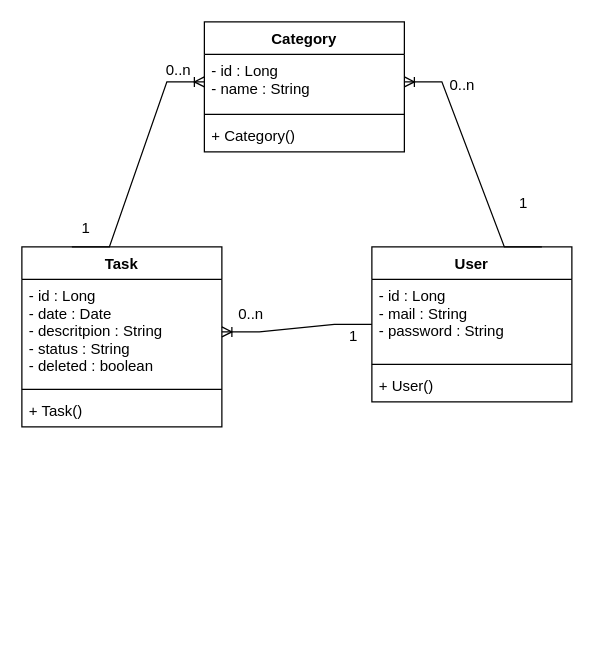
The draw.io diagram page "Classes" (2 of 6) of Ressources/toutedouceliste.drawio in Saralune/ToDoList_Spring, before the edit. Source tidied: cells renumbered, new cells numbered last; positions are measured from the earlier drawing's top-left corner, leaving out a move shared by most shapes. Both pictures are drawn from the tidied source at 125%, with x=0, y=0 at pixel (21, 21).
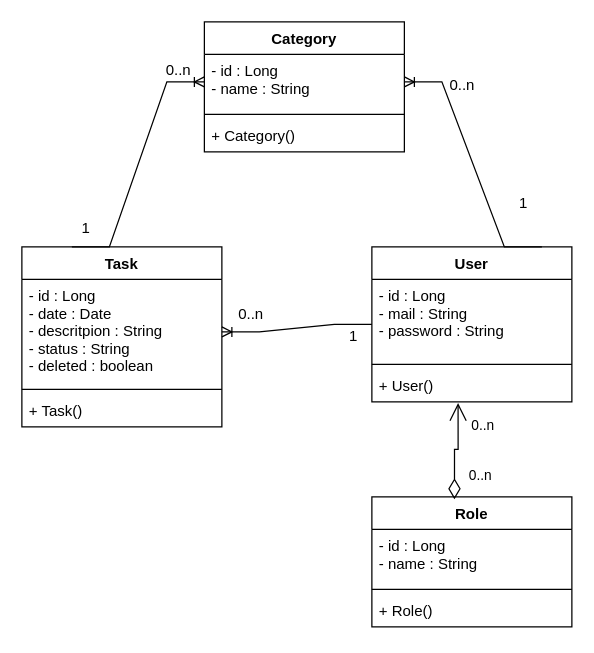
The same diagram, later.

Unchanged cells that the change refers to:
```xml
<mxCell id="9" value="+ User()" style="text;strokeColor=none;fillColor=none;align=left;verticalAlign=top;spacingLeft=4;spacingRight=4;overflow=hidden;points=[[0,0.5],[1,0.5]];portConstraint=eastwest;" parent="6" vertex="1">
  <mxGeometry y="98" width="160" height="26" as="geometry" />
</mxCell>
```

The edit, as a diff of the source:
```diff
@@
+    <mxCell id="20" value="Role" style="swimlane;fontStyle=1;align=center;verticalAlign=top;horizontal=1;startSize=26;" parent="1" vertex="1">
+      <mxGeometry x="280" y="380" width="160" height="104" as="geometry" />
+    </mxCell>
+    <mxCell id="21" value="- id : Long&#10;- name : String&#10;" style="text;strokeColor=none;fillColor=none;align=left;verticalAlign=top;spacingLeft=4;spacingRight=4;overflow=hidden;" parent="20" vertex="1">
+      <mxGeometry y="26" width="160" height="44" as="geometry" />
+    </mxCell>
+    <mxCell id="22" style="line;strokeWidth=1;fillColor=none;align=left;verticalAlign=middle;spacingTop=-1;spacingLeft=3;spacingRight=3;labelPosition=right;" parent="20" vertex="1">
+      <mxGeometry y="70" width="160" height="8" as="geometry" />
+    </mxCell>
+    <mxCell id="23" value="+ Role()&#10;" style="text;strokeColor=none;fillColor=none;align=left;verticalAlign=top;spacingLeft=4;spacingRight=4;overflow=hidden;" parent="20" vertex="1">
+      <mxGeometry y="78" width="160" height="26" as="geometry" />
+    </mxCell>
+    <mxCell id="24" style="endArrow=open;html=1;endSize=12;startArrow=diamondThin;startSize=14;startFill=0;edgeStyle=orthogonalEdgeStyle;rounded=0;exitX=0.413;exitY=0.019;exitDx=0;exitDy=0;exitPerimeter=0;entryX=0.431;entryY=1.038;entryDx=0;entryDy=0;entryPerimeter=0;" parent="1" edge="1" source="20" target="9">
+      <mxGeometry relative="1" as="geometry" />
+    </mxCell>
+    <mxCell id="25" value="0..n" style="edgeLabel;html=1;align=left;verticalAlign=top;" parent="24" vertex="1">
+      <mxGeometry x="-1" relative="1" as="geometry">
+        <mxPoint x="12" y="-72" as="offset" />
+      </mxGeometry>
+    </mxCell>
+    <mxCell id="26" value="0..n" style="edgeLabel;html=1;align=left;verticalAlign=top;" parent="24" vertex="1">
+      <mxGeometry x="-1" relative="1" as="geometry">
+        <mxPoint x="10" y="-32" as="offset" />
+      </mxGeometry>
+    </mxCell>
```
